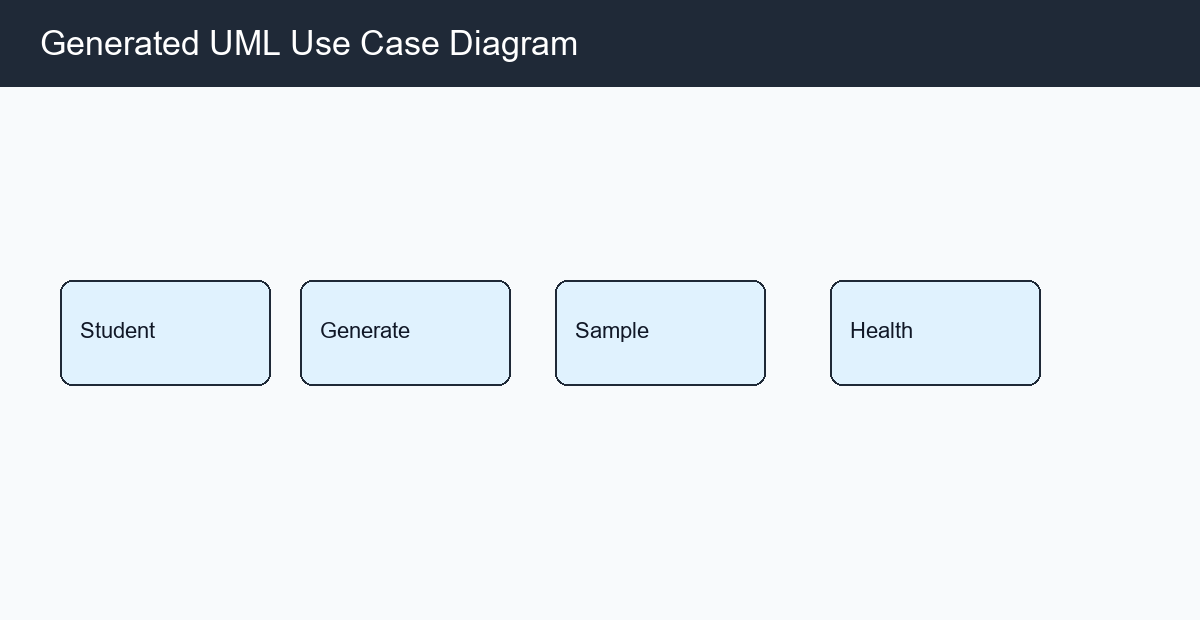
The PlantUML diagram Task1/generated_project/artifacts/uml_use_case.png in lanxiaolan333/DTS114-ai-study-planner, before a commit. Its source is kept beside it as Task1/generated_project/artifacts/uml_use_case.puml. Its diagram source:
```plantuml
@startuml
left to right direction
skinparam packageStyle rectangle

title AI Study Planner - Use Case Diagram

actor Student
actor Developer

rectangle "AI Study Planner" {
  usecase "Enter course and study preferences" as UC1
  usecase "Generate weekly study plan" as UC2
  usecase "View sample study plan" as UC3
  usecase "Check API health" as UC4
}

Student --> UC1
Student --> UC2
Student --> UC3
Developer --> UC4
UC2 ..> UC1 : <<include>>

@enduml
```
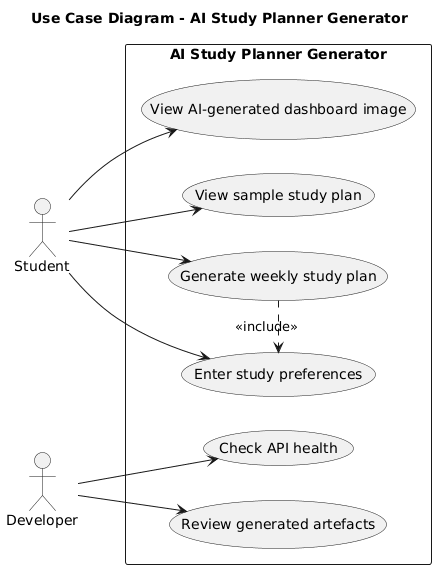
Later version of the same file.

What changed in the source:
```diff
@@ -1,23 +1,28 @@
 @startuml
+title Use Case Diagram - AI Study Planner Generator
+
 left to right direction
-skinparam packageStyle rectangle
-
-title AI Study Planner - Use Case Diagram
 
 actor Student
 actor Developer
 
-rectangle "AI Study Planner" {
-  usecase "Enter course and study preferences" as UC1
+rectangle "AI Study Planner Generator" {
+  usecase "Enter study preferences" as UC1
   usecase "Generate weekly study plan" as UC2
-  usecase "View sample study plan" as UC3
-  usecase "Check API health" as UC4
+  usecase "View AI-generated dashboard image" as UC3
+  usecase "View sample study plan" as UC4
+  usecase "Check API health" as UC5
+  usecase "Review generated artefacts" as UC6
 }
 
 Student --> UC1
 Student --> UC2
 Student --> UC3
-Developer --> UC4
-UC2 ..> UC1 : <<include>>
+Student --> UC4
+
+Developer --> UC5
+Developer --> UC6
+
+UC2 .> UC1 : <<include>>
 
 @enduml
```
